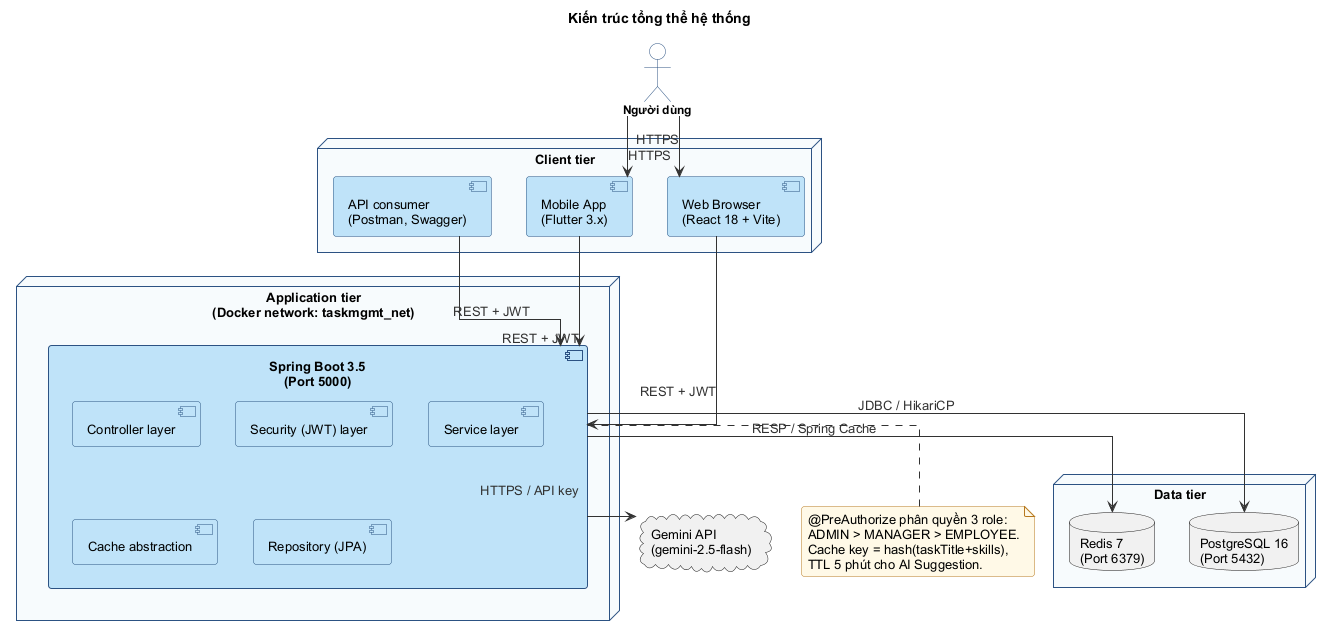
Earlier version of the PlantUML export docs/uml/png/architecture.png (nhathao428/taskhub). Source of this version:
```plantuml
@startuml architecture
!include _style.puml
title Kiến trúc tổng thể hệ thống

skinparam componentStyle uml2
skinparam linetype ortho

actor "Người dùng" as User

node "Client tier" as ClientTier {
  component "Web Browser\n(React 18 + Vite)" as Web
  component "Mobile App\n(Flutter 3.x)" as Mobile
  component "API consumer\n(Postman, Swagger)" as Tools
}

node "Application tier\n(Docker network: taskmgmt_net)" as AppTier {
  component "Spring Boot 3.5\n(Port 5000)" as Backend {
    [Controller layer]
    [Security (JWT) layer]
    [Service layer]
    [Cache abstraction]
    [Repository (JPA)]
  }
}

node "Data tier" as DataTier {
  database "PostgreSQL 16\n(Port 5432)" as PG
  database "Redis 7\n(Port 6379)" as Redis
}

cloud "Gemini API\n(gemini-2.5-flash)" as Gemini

User --> Web : HTTPS
User --> Mobile : HTTPS
Web --> Backend : REST + JWT
Mobile --> Backend : REST + JWT
Tools --> Backend : REST + JWT

Backend --> PG : JDBC / HikariCP
Backend --> Redis : RESP / Spring Cache
Backend --> Gemini : HTTPS / API key

note bottom of Backend
  @PreAuthorize phân quyền 3 role:
  ADMIN > MANAGER > EMPLOYEE.
  Cache key = hash(taskTitle+skills),
  TTL 5 phút cho AI Suggestion.
end note
@enduml
```
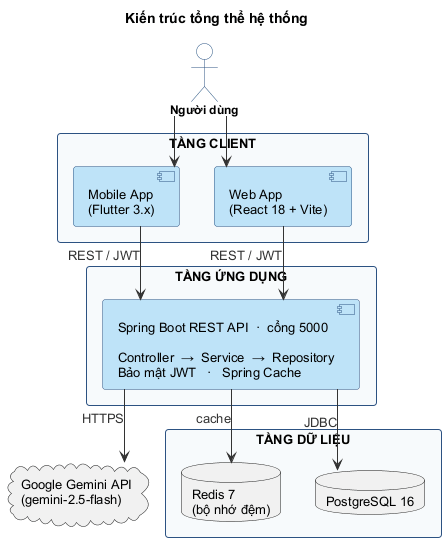
The same diagram one commit later.

Change to the diagram source:
```diff
@@ -4,46 +4,33 @@
 
 skinparam componentStyle uml2
 skinparam linetype ortho
+skinparam nodesep 35
+skinparam ranksep 50
 
 actor "Người dùng" as User
 
-node "Client tier" as ClientTier {
-  component "Web Browser\n(React 18 + Vite)" as Web
+rectangle "TẦNG CLIENT" as ClientTier {
+  component "Web App\n(React 18 + Vite)" as Web
   component "Mobile App\n(Flutter 3.x)" as Mobile
-  component "API consumer\n(Postman, Swagger)" as Tools
 }
 
-node "Application tier\n(Docker network: taskmgmt_net)" as AppTier {
-  component "Spring Boot 3.5\n(Port 5000)" as Backend {
-    [Controller layer]
-    [Security (JWT) layer]
-    [Service layer]
-    [Cache abstraction]
-    [Repository (JPA)]
-  }
+rectangle "TẦNG ỨNG DỤNG" as AppTier {
+  component "Spring Boot REST API  ·  cổng 5000\n\nController  →  Service  →  Repository\nBảo mật JWT   ·   Spring Cache" as Backend
 }
 
-node "Data tier" as DataTier {
-  database "PostgreSQL 16\n(Port 5432)" as PG
-  database "Redis 7\n(Port 6379)" as Redis
+rectangle "TẦNG DỮ LIỆU" as DataTier {
+  database "PostgreSQL 16" as PG
+  database "Redis 7\n(bộ nhớ đệm)" as Redis
 }
 
-cloud "Gemini API\n(gemini-2.5-flash)" as Gemini
+cloud "Google Gemini API\n(gemini-2.5-flash)" as Gemini
 
-User --> Web : HTTPS
-User --> Mobile : HTTPS
-Web --> Backend : REST + JWT
-Mobile --> Backend : REST + JWT
-Tools --> Backend : REST + JWT
+User --> Web
+User --> Mobile
+Web --> Backend : REST / JWT
+Mobile --> Backend : REST / JWT
+Backend --> PG : JDBC
+Backend --> Redis : cache
+Backend --> Gemini : HTTPS
 
-Backend --> PG : JDBC / HikariCP
-Backend --> Redis : RESP / Spring Cache
-Backend --> Gemini : HTTPS / API key
-
-note bottom of Backend
-  @PreAuthorize phân quyền 3 role:
-  ADMIN > MANAGER > EMPLOYEE.
-  Cache key = hash(taskTitle+skills),
-  TTL 5 phút cho AI Suggestion.
-end note
 @enduml
```
